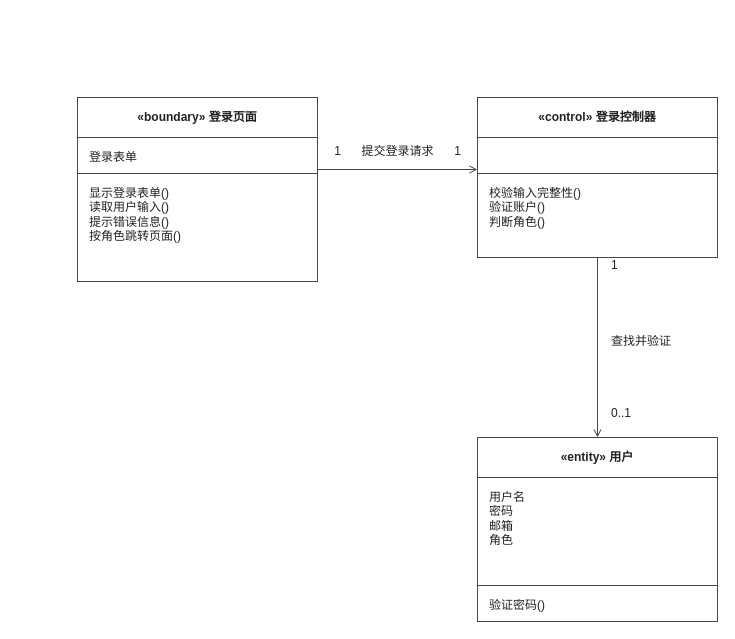
Before: docs/交付/1-账户管理-钟标/images/用户登录_类模型图.drawio in chennuo1101/electronic-photo-album-system1, a draw.io diagram. Source tidied: cells renumbered, new cells numbered last; positions are measured from the earlier drawing's top-left corner, leaving out a move shared by most shapes. Both pictures are drawn from the tidied source at 100%, with x=0, y=0 at pixel (77, 97).
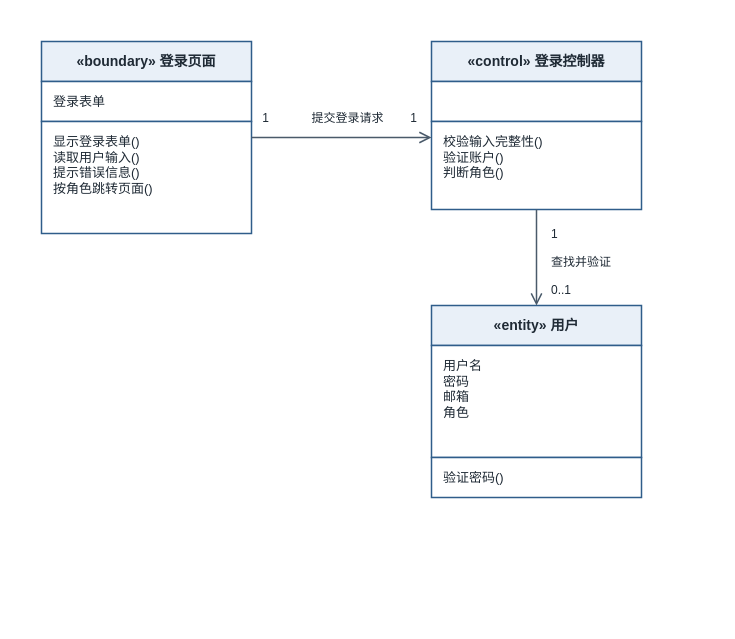
The same diagram, later.

What changed in the source:
```diff
@@
+    <mxCell id="19" style="rounded=0;whiteSpace=wrap;html=1;fillColor=#FFFFFF;strokeColor=none;" parent="1" vertex="1">
+      <mxGeometry x="-60" y="-80" width="648" height="504" as="geometry" />
+    </mxCell>
-    <mxCell id="2" value="«boundary» 登录页面" style="rounded=0;whiteSpace=wrap;html=1;fillColor=#FFFFFF;strokeColor=#444444;align=center;verticalAlign=middle;fontStyle=1;fontFamily=Microsoft YaHei;fontSize=12;fontColor=#222222;" parent="1" vertex="1">
-      <mxGeometry width="240" height="40" as="geometry" />
+    <mxCell id="2" value="«boundary» 登录页面" style="rounded=0;whiteSpace=wrap;html=1;fillColor=#E9F0F8;strokeColor=#2F5D8A;strokeWidth=1.5;align=center;verticalAlign=middle;fontStyle=1;fontFamily=Microsoft YaHei;fontSize=14;fontColor=#1F2A35;" parent="1" vertex="1">
+      <mxGeometry x="-36" y="-56" width="210" height="40" as="geometry" />
     </mxCell>
-    <mxCell id="3" value="登录表单" style="rounded=0;whiteSpace=wrap;html=1;fillColor=#FFFFFF;strokeColor=#444444;verticalAlign=top;align=left;spacingLeft=10;spacingTop=6;fontFamily=Microsoft YaHei;fontSize=12;fontColor=#222222;" parent="1" vertex="1">
-      <mxGeometry y="40" width="240" height="36" as="geometry" />
+    <mxCell id="3" value="登录表单" style="rounded=0;whiteSpace=wrap;html=1;fillColor=#FFFFFF;strokeColor=#2F5D8A;strokeWidth=1.5;align=left;verticalAlign=top;spacingLeft=10;spacingTop=6;fontFamily=Microsoft YaHei;fontSize=13;fontColor=#1F2A35;" parent="1" vertex="1">
+      <mxGeometry x="-36" y="-16" width="210" height="40" as="geometry" />
     </mxCell>
-    <mxCell id="4" value="显示登录表单()&#10;读取用户输入()&#10;提示错误信息()&#10;按角色跳转页面()" style="rounded=0;whiteSpace=wrap;html=1;fillColor=#FFFFFF;strokeColor=#444444;verticalAlign=top;align=left;spacingLeft=10;spacingTop=6;fontFamily=Microsoft YaHei;fontSize=12;fontColor=#222222;" parent="1" vertex="1">
-      <mxGeometry y="76" width="240" height="108" as="geometry" />
+    <mxCell id="4" value="显示登录表单()&#10;读取用户输入()&#10;提示错误信息()&#10;按角色跳转页面()" style="rounded=0;whiteSpace=wrap;html=1;fillColor=#FFFFFF;strokeColor=#2F5D8A;strokeWidth=1.5;align=left;verticalAlign=top;spacingLeft=10;spacingTop=6;fontFamily=Microsoft YaHei;fontSize=13;fontColor=#1F2A35;" parent="1" vertex="1">
+      <mxGeometry x="-36" y="24" width="210" height="112" as="geometry" />
     </mxCell>
-    <mxCell id="5" value="«control» 登录控制器" style="rounded=0;whiteSpace=wrap;html=1;fillColor=#FFFFFF;strokeColor=#444444;align=center;verticalAlign=middle;fontStyle=1;fontFamily=Microsoft YaHei;fontSize=12;fontColor=#222222;" parent="1" vertex="1">
-      <mxGeometry x="400" width="240" height="40" as="geometry" />
+    <mxCell id="5" value="«control» 登录控制器" style="rounded=0;whiteSpace=wrap;html=1;fillColor=#E9F0F8;strokeColor=#2F5D8A;strokeWidth=1.5;align=center;verticalAlign=middle;fontStyle=1;fontFamily=Microsoft YaHei;fontSize=14;fontColor=#1F2A35;" parent="1" vertex="1">
+      <mxGeometry x="354" y="-56" width="210" height="40" as="geometry" />
     </mxCell>
-    <mxCell id="6" style="rounded=0;whiteSpace=wrap;html=1;fillColor=#FFFFFF;strokeColor=#444444;verticalAlign=top;align=left;spacingLeft=10;spacingTop=6;fontFamily=Microsoft YaHei;fontSize=12;fontColor=#222222;" parent="1" vertex="1">
-      <mxGeometry x="400" y="40" width="240" height="36" as="geometry" />
+    <mxCell id="6" style="rounded=0;whiteSpace=wrap;html=1;fillColor=#FFFFFF;strokeColor=#2F5D8A;strokeWidth=1.5;align=left;verticalAlign=top;spacingLeft=10;spacingTop=6;fontFamily=Microsoft YaHei;fontSize=13;fontColor=#1F2A35;" parent="1" vertex="1">
+      <mxGeometry x="354" y="-16" width="210" height="40" as="geometry" />
     </mxCell>
-    <mxCell id="7" value="校验输入完整性()&#10;验证账户()&#10;判断角色()" style="rounded=0;whiteSpace=wrap;html=1;fillColor=#FFFFFF;strokeColor=#444444;verticalAlign=top;align=left;spacingLeft=10;spacingTop=6;fontFamily=Microsoft YaHei;fontSize=12;fontColor=#222222;" parent="1" vertex="1">
-      <mxGeometry x="400" y="76" width="240" height="84" as="geometry" />
+    <mxCell id="7" value="校验输入完整性()&#10;验证账户()&#10;判断角色()" style="rounded=0;whiteSpace=wrap;html=1;fillColor=#FFFFFF;strokeColor=#2F5D8A;strokeWidth=1.5;align=left;verticalAlign=top;spacingLeft=10;spacingTop=6;fontFamily=Microsoft YaHei;fontSize=13;fontColor=#1F2A35;" parent="1" vertex="1">
+      <mxGeometry x="354" y="24" width="210" height="88" as="geometry" />
     </mxCell>
-    <mxCell id="8" value="«entity» 用户" style="rounded=0;whiteSpace=wrap;html=1;fillColor=#FFFFFF;strokeColor=#444444;align=center;verticalAlign=middle;fontStyle=1;fontFamily=Microsoft YaHei;fontSize=12;fontColor=#222222;" parent="1" vertex="1">
-      <mxGeometry x="400" y="340" width="240" height="40" as="geometry" />
+    <mxCell id="8" value="«entity» 用户" style="rounded=0;whiteSpace=wrap;html=1;fillColor=#E9F0F8;strokeColor=#2F5D8A;strokeWidth=1.5;align=center;verticalAlign=middle;fontStyle=1;fontFamily=Microsoft YaHei;fontSize=14;fontColor=#1F2A35;" parent="1" vertex="1">
+      <mxGeometry x="354" y="208" width="210" height="40" as="geometry" />
     </mxCell>
-    <mxCell id="9" value="用户名&#10;密码&#10;邮箱&#10;角色" style="rounded=0;whiteSpace=wrap;html=1;fillColor=#FFFFFF;strokeColor=#444444;verticalAlign=top;align=left;spacingLeft=10;spacingTop=6;fontFamily=Microsoft YaHei;fontSize=12;fontColor=#222222;" parent="1" vertex="1">
-      <mxGeometry x="400" y="380" width="240" height="108" as="geometry" />
+    <mxCell id="9" value="用户名&#10;密码&#10;邮箱&#10;角色" style="rounded=0;whiteSpace=wrap;html=1;fillColor=#FFFFFF;strokeColor=#2F5D8A;strokeWidth=1.5;align=left;verticalAlign=top;spacingLeft=10;spacingTop=6;fontFamily=Microsoft YaHei;fontSize=13;fontColor=#1F2A35;" parent="1" vertex="1">
+      <mxGeometry x="354" y="248" width="210" height="112" as="geometry" />
     </mxCell>
-    <mxCell id="10" value="验证密码()" style="rounded=0;whiteSpace=wrap;html=1;fillColor=#FFFFFF;strokeColor=#444444;verticalAlign=top;align=left;spacingLeft=10;spacingTop=6;fontFamily=Microsoft YaHei;fontSize=12;fontColor=#222222;" parent="1" vertex="1">
-      <mxGeometry x="400" y="488" width="240" height="36" as="geometry" />
+    <mxCell id="10" value="验证密码()" style="rounded=0;whiteSpace=wrap;html=1;fillColor=#FFFFFF;strokeColor=#2F5D8A;strokeWidth=1.5;align=left;verticalAlign=top;spacingLeft=10;spacingTop=6;fontFamily=Microsoft YaHei;fontSize=13;fontColor=#1F2A35;" parent="1" vertex="1">
+      <mxGeometry x="354" y="360" width="210" height="40" as="geometry" />
     </mxCell>
-    <mxCell id="11" style="html=1;rounded=0;strokeColor=#444444;strokeWidth=1;startArrow=none;endArrow=open;endFill=0;" parent="1" edge="1">
+    <mxCell id="11" style="html=1;rounded=0;strokeColor=#4A5A6A;strokeWidth=1.5;startArrow=none;endArrow=open;endFill=0;endSize=9;" parent="1" edge="1">
       <mxGeometry relative="1" as="geometry">
-        <mxPoint x="240" y="72" as="sourcePoint" />
-        <mxPoint x="400" y="72" as="targetPoint" />
+        <mxPoint x="174" y="40" as="sourcePoint" />
+        <mxPoint x="354" y="40" as="targetPoint" />
       </mxGeometry>
     </mxCell>
-    <mxCell id="12" value="1" style="text;html=1;align=center;verticalAlign=middle;fillColor=none;strokeColor=none;fontFamily=Microsoft YaHei;fontSize=12;fontColor=#222222;" parent="1" vertex="1">
-      <mxGeometry x="248" y="44" width="24" height="20" as="geometry" />
+    <mxCell id="12" value="1" style="text;html=1;align=center;verticalAlign=middle;fillColor=none;strokeColor=none;fontFamily=Microsoft YaHei;fontSize=12;fontColor=#1F2A35;" parent="1" vertex="1">
+      <mxGeometry x="180" y="12" width="16" height="18" as="geometry" />
     </mxCell>
+    <mxCell id="14" value="提交登录请求" style="text;html=1;align=center;verticalAlign=middle;fillColor=none;strokeColor=none;fontFamily=Microsoft YaHei;fontSize=12;fontColor=#1F2A35;" parent="1" vertex="1">
+      <mxGeometry x="220" y="12" width="100" height="18" as="geometry" />
+    </mxCell>
-    <mxCell id="13" value="1" style="text;html=1;align=center;verticalAlign=middle;fillColor=none;strokeColor=none;fontFamily=Microsoft YaHei;fontSize=12;fontColor=#222222;" parent="1" vertex="1">
-      <mxGeometry x="368" y="44" width="24" height="20" as="geometry" />
+    <mxCell id="13" value="1" style="text;html=1;align=center;verticalAlign=middle;fillColor=none;strokeColor=none;fontFamily=Microsoft YaHei;fontSize=12;fontColor=#1F2A35;" parent="1" vertex="1">
+      <mxGeometry x="328" y="12" width="16" height="18" as="geometry" />
     </mxCell>
-    <mxCell id="14" value="提交登录请求" style="text;html=1;align=center;verticalAlign=middle;fillColor=none;strokeColor=none;fontFamily=Microsoft YaHei;fontSize=12;fontColor=#222222;" parent="1" vertex="1">
-      <mxGeometry x="275" y="44" width="90" height="20" as="geometry" />
-    </mxCell>
-    <mxCell id="15" style="html=1;rounded=0;strokeColor=#444444;strokeWidth=1;startArrow=none;endArrow=open;endFill=0;" parent="1" edge="1">
+    <mxCell id="15" style="html=1;rounded=0;strokeColor=#4A5A6A;strokeWidth=1.5;startArrow=none;endArrow=open;endFill=0;endSize=9;" parent="1" edge="1">
       <mxGeometry relative="1" as="geometry">
-        <mxPoint x="520" y="160" as="sourcePoint" />
-        <mxPoint x="520" y="340" as="targetPoint" />
+        <mxPoint x="459" y="112" as="sourcePoint" />
+        <mxPoint x="459" y="208" as="targetPoint" />
       </mxGeometry>
     </mxCell>
-    <mxCell id="16" value="1" style="text;html=1;align=left;verticalAlign=middle;fillColor=none;strokeColor=none;fontFamily=Microsoft YaHei;fontSize=12;fontColor=#222222;" parent="1" vertex="1">
-      <mxGeometry x="532" y="158" width="24" height="20" as="geometry" />
+    <mxCell id="16" value="1" style="text;html=1;align=left;verticalAlign=middle;fillColor=none;strokeColor=none;fontFamily=Microsoft YaHei;fontSize=12;fontColor=#1F2A35;" parent="1" vertex="1">
+      <mxGeometry x="472" y="128" width="20" height="18" as="geometry" />
     </mxCell>
-    <mxCell id="17" value="查找并验证" style="text;html=1;align=left;verticalAlign=middle;fillColor=none;strokeColor=none;fontFamily=Microsoft YaHei;fontSize=12;fontColor=#222222;" parent="1" vertex="1">
-      <mxGeometry x="532" y="234" width="90" height="20" as="geometry" />
+    <mxCell id="17" value="查找并验证" style="text;html=1;align=left;verticalAlign=middle;fillColor=none;strokeColor=none;fontFamily=Microsoft YaHei;fontSize=12;fontColor=#1F2A35;" parent="1" vertex="1">
+      <mxGeometry x="472" y="156" width="90" height="18" as="geometry" />
     </mxCell>
-    <mxCell id="18" value="0..1" style="text;html=1;align=left;verticalAlign=middle;fillColor=none;strokeColor=none;fontFamily=Microsoft YaHei;fontSize=12;fontColor=#222222;" parent="1" vertex="1">
-      <mxGeometry x="532" y="306" width="40" height="20" as="geometry" />
+    <mxCell id="18" value="0..1" style="text;html=1;align=left;verticalAlign=middle;fillColor=none;strokeColor=none;fontFamily=Microsoft YaHei;fontSize=12;fontColor=#1F2A35;" parent="1" vertex="1">
+      <mxGeometry x="472" y="184" width="40" height="18" as="geometry" />
     </mxCell>
```
